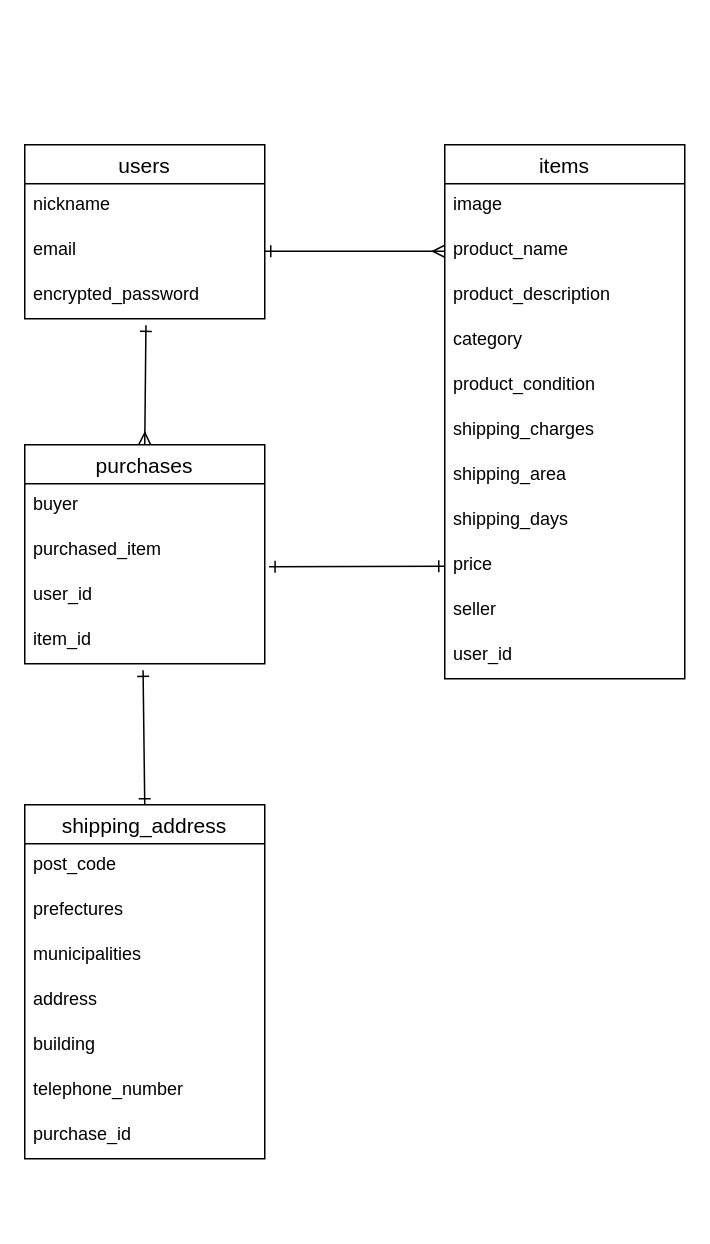
Before: ER.dio in marrrkk/furima-36967, a draw.io diagram. Source tidied: cells renumbered, new cells numbered last; positions are measured from the earlier drawing's top-left corner, leaving out a move shared by most shapes. Both pictures are drawn from the tidied source at 150%, with x=0, y=0 at pixel (24, 144).
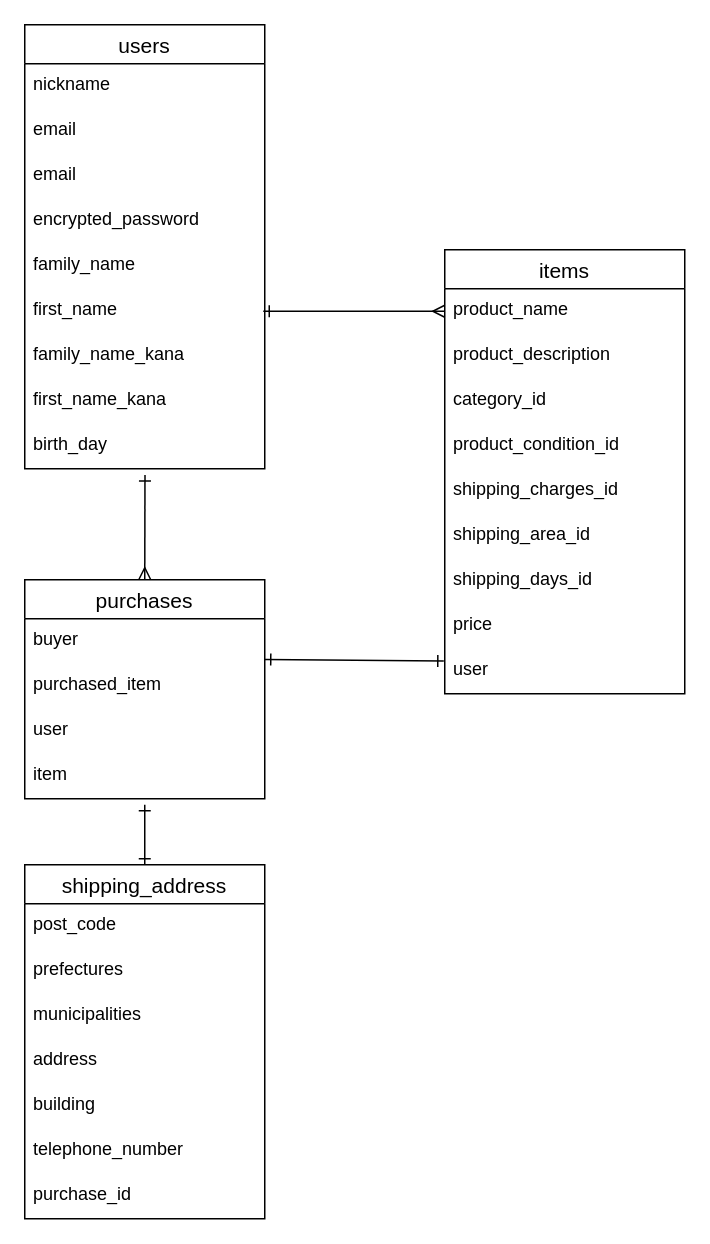
Above is the later version.

Commit message (it also covers changes not shown here):
コードレビュー後再編集

The change refers to these unchanged cells:
```xml
<mxCell id="4" value="email" style="text;strokeColor=none;fillColor=none;spacingLeft=4;spacingRight=4;overflow=hidden;points=[[0,0.5],[1,0.5]];portConstraint=eastwest;fontSize=12;" parent="2" vertex="1">
  <mxGeometry y="56" width="160" height="30" as="geometry" />
</mxCell>
<mxCell id="21" value="purchased_item" style="text;strokeColor=none;fillColor=none;spacingLeft=4;spacingRight=4;overflow=hidden;points=[[0,0.5],[1,0.5]];portConstraint=eastwest;fontSize=12;" parent="19" vertex="1">
  <mxGeometry y="56" width="160" height="30" as="geometry" />
</mxCell>
```

What changed in the source:
```diff
@@
     <mxCell id="2" value="users" style="swimlane;fontStyle=0;horizontal=1;startSize=26;align=center;fontSize=14;" parent="1" vertex="1">
-      <mxGeometry width="160" height="116" as="geometry" />
+      <mxGeometry y="-80" width="160" height="296" as="geometry" />
     </mxCell>
@@
+    <mxCell id="35" value="email" style="text;strokeColor=none;fillColor=none;spacingLeft=4;spacingRight=4;overflow=hidden;fontSize=12;" parent="2" vertex="1">
+      <mxGeometry y="86" width="160" height="30" as="geometry" />
+    </mxCell>
     <mxCell id="5" value="encrypted_password" style="text;strokeColor=none;fillColor=none;spacingLeft=4;spacingRight=4;overflow=hidden;points=[[0,0.5],[1,0.5]];portConstraint=eastwest;fontSize=12;" parent="2" vertex="1">
-      <mxGeometry y="86" width="160" height="30" as="geometry" />
+      <mxGeometry y="116" width="160" height="30" as="geometry" />
     </mxCell>
+    <mxCell id="36" value="family_name" style="text;strokeColor=none;fillColor=none;spacingLeft=4;spacingRight=4;overflow=hidden;fontSize=12;" parent="2" vertex="1">
+      <mxGeometry y="146" width="160" height="30" as="geometry" />
+    </mxCell>
+    <mxCell id="37" value="first_name" style="text;strokeColor=none;fillColor=none;spacingLeft=4;spacingRight=4;overflow=hidden;points=[[0,0.5],[1,0.5]];portConstraint=eastwest;fontSize=12;" parent="2" vertex="1">
+      <mxGeometry y="176" width="160" height="30" as="geometry" />
+    </mxCell>
+    <mxCell id="38" value="family_name_kana" style="text;strokeColor=none;fillColor=none;spacingLeft=4;spacingRight=4;overflow=hidden;fontSize=12;" parent="2" vertex="1">
+      <mxGeometry y="206" width="160" height="30" as="geometry" />
+    </mxCell>
+    <mxCell id="39" value="first_name_kana" style="text;strokeColor=none;fillColor=none;spacingLeft=4;spacingRight=4;overflow=hidden;fontSize=12;" parent="2" vertex="1">
+      <mxGeometry y="236" width="160" height="30" as="geometry" />
+    </mxCell>
+    <mxCell id="40" value="birth_day" style="text;strokeColor=none;fillColor=none;spacingLeft=4;spacingRight=4;overflow=hidden;points=[[0,0.5],[1,0.5]];portConstraint=eastwest;fontSize=12;" parent="2" vertex="1">
+      <mxGeometry y="266" width="160" height="30" as="geometry" />
+    </mxCell>
     <mxCell id="6" value="items" style="swimlane;fontStyle=0;horizontal=1;startSize=26;align=center;fontSize=14;" parent="1" vertex="1">
-      <mxGeometry x="280" width="160" height="356" as="geometry" />
+      <mxGeometry x="280" y="70" width="160" height="296" as="geometry" />
     </mxCell>
-    <mxCell id="7" value="image" style="text;strokeColor=none;fillColor=none;spacingLeft=4;spacingRight=4;overflow=hidden;fontSize=12;" parent="6" vertex="1">
-      <mxGeometry y="26" width="160" height="30" as="geometry" />
-    </mxCell>
     <mxCell id="8" value="product_name" style="text;strokeColor=none;fillColor=none;spacingLeft=4;spacingRight=4;overflow=hidden;points=[[0,0.5],[1,0.5]];portConstraint=eastwest;fontSize=12;" parent="6" vertex="1">
-      <mxGeometry y="56" width="160" height="30" as="geometry" />
+      <mxGeometry y="26" width="160" height="30" as="geometry" />
     </mxCell>
     <mxCell id="9" value="product_description" style="text;strokeColor=none;fillColor=none;spacingLeft=4;spacingRight=4;overflow=hidden;fontSize=12;" parent="6" vertex="1">
-      <mxGeometry y="86" width="160" height="30" as="geometry" />
+      <mxGeometry y="56" width="160" height="30" as="geometry" />
     </mxCell>
-    <mxCell id="10" value="category" style="text;strokeColor=none;fillColor=none;spacingLeft=4;spacingRight=4;overflow=hidden;fontSize=12;" parent="6" vertex="1">
-      <mxGeometry y="116" width="160" height="30" as="geometry" />
+    <mxCell id="10" value="category_id" style="text;strokeColor=none;fillColor=none;spacingLeft=4;spacingRight=4;overflow=hidden;fontSize=12;" parent="6" vertex="1">
+      <mxGeometry y="86" width="160" height="30" as="geometry" />
     </mxCell>
-    <mxCell id="11" value="product_condition" style="text;strokeColor=none;fillColor=none;spacingLeft=4;spacingRight=4;overflow=hidden;fontSize=12;" parent="6" vertex="1">
-      <mxGeometry y="146" width="160" height="30" as="geometry" />
+    <mxCell id="11" value="product_condition_id" style="text;strokeColor=none;fillColor=none;spacingLeft=4;spacingRight=4;overflow=hidden;fontSize=12;" parent="6" vertex="1">
+      <mxGeometry y="116" width="160" height="30" as="geometry" />
     </mxCell>
-    <mxCell id="12" value="shipping_charges" style="text;strokeColor=none;fillColor=none;spacingLeft=4;spacingRight=4;overflow=hidden;fontSize=12;" parent="6" vertex="1">
-      <mxGeometry y="176" width="160" height="30" as="geometry" />
+    <mxCell id="12" value="shipping_charges_id" style="text;strokeColor=none;fillColor=none;spacingLeft=4;spacingRight=4;overflow=hidden;fontSize=12;" parent="6" vertex="1">
+      <mxGeometry y="146" width="160" height="30" as="geometry" />
     </mxCell>
-    <mxCell id="13" value="shipping_area" style="text;strokeColor=none;fillColor=none;spacingLeft=4;spacingRight=4;overflow=hidden;fontSize=12;" parent="6" vertex="1">
-      <mxGeometry y="206" width="160" height="30" as="geometry" />
+    <mxCell id="13" value="shipping_area_id" style="text;strokeColor=none;fillColor=none;spacingLeft=4;spacingRight=4;overflow=hidden;fontSize=12;" parent="6" vertex="1">
+      <mxGeometry y="176" width="160" height="30" as="geometry" />
     </mxCell>
-    <mxCell id="14" value="shipping_days" style="text;strokeColor=none;fillColor=none;spacingLeft=4;spacingRight=4;overflow=hidden;fontSize=12;" parent="6" vertex="1">
-      <mxGeometry y="236" width="160" height="30" as="geometry" />
+    <mxCell id="14" value="shipping_days_id" style="text;strokeColor=none;fillColor=none;spacingLeft=4;spacingRight=4;overflow=hidden;fontSize=12;" parent="6" vertex="1">
+      <mxGeometry y="206" width="160" height="30" as="geometry" />
     </mxCell>
     <mxCell id="15" value="price" style="text;strokeColor=none;fillColor=none;spacingLeft=4;spacingRight=4;overflow=hidden;points=[[0,0.5],[1,0.5]];portConstraint=eastwest;fontSize=12;" parent="6" vertex="1">
-      <mxGeometry y="266" width="160" height="30" as="geometry" />
+      <mxGeometry y="236" width="160" height="30" as="geometry" />
     </mxCell>
-    <mxCell id="16" value="seller" style="text;strokeColor=none;fillColor=none;spacingLeft=4;spacingRight=4;overflow=hidden;fontSize=12;" parent="6" vertex="1">
-      <mxGeometry y="296" width="160" height="30" as="geometry" />
-    </mxCell>
-    <mxCell id="17" value="user_id" style="text;strokeColor=none;fillColor=none;spacingLeft=4;spacingRight=4;overflow=hidden;points=[[0,0.5],[1,0.5]];portConstraint=eastwest;fontSize=12;" parent="6" vertex="1">
-      <mxGeometry y="326" width="160" height="30" as="geometry" />
+    <mxCell id="17" value="user" style="text;strokeColor=none;fillColor=none;spacingLeft=4;spacingRight=4;overflow=hidden;points=[[0,0.5],[1,0.5]];portConstraint=eastwest;fontSize=12;" parent="6" vertex="1">
+      <mxGeometry y="266" width="160" height="30" as="geometry" />
     </mxCell>
-    <mxCell id="18" style="edgeStyle=none;rounded=1;html=1;exitX=0.5;exitY=0;exitDx=0;exitDy=0;entryX=0.505;entryY=1.147;entryDx=0;entryDy=0;entryPerimeter=0;startArrow=ERmany;startFill=0;endArrow=ERone;endFill=0;sourcePerimeterSpacing=-1;" parent="1" edge="1" source="19" target="5">
+    <mxCell id="18" style="edgeStyle=none;rounded=1;html=1;exitX=0.5;exitY=0;exitDx=0;exitDy=0;startArrow=ERmany;startFill=0;endArrow=ERone;endFill=0;sourcePerimeterSpacing=-1;entryX=0.501;entryY=1.14;entryDx=0;entryDy=0;entryPerimeter=0;" parent="1" edge="1" source="19" target="40">
       <mxGeometry relative="1" as="geometry" />
     </mxCell>
     <mxCell id="19" value="purchases" style="swimlane;fontStyle=0;horizontal=1;startSize=26;align=center;fontSize=14;" parent="1" vertex="1">
-      <mxGeometry y="200" width="160" height="146" as="geometry" />
+      <mxGeometry y="290" width="160" height="146" as="geometry" />
     </mxCell>
@@
-    <mxCell id="22" value="user_id" style="text;strokeColor=none;fillColor=none;spacingLeft=4;spacingRight=4;overflow=hidden;fontSize=12;" parent="19" vertex="1">
+    <mxCell id="22" value="user" style="text;strokeColor=none;fillColor=none;spacingLeft=4;spacingRight=4;overflow=hidden;fontSize=12;" parent="19" vertex="1">
       <mxGeometry y="86" width="160" height="30" as="geometry" />
     </mxCell>
-    <mxCell id="23" value="item_id" style="text;strokeColor=none;fillColor=none;spacingLeft=4;spacingRight=4;overflow=hidden;points=[[0,0.5],[1,0.5]];portConstraint=eastwest;fontSize=12;" parent="19" vertex="1">
+    <mxCell id="23" value="item" style="text;strokeColor=none;fillColor=none;spacingLeft=4;spacingRight=4;overflow=hidden;points=[[0,0.5],[1,0.5]];portConstraint=eastwest;fontSize=12;" parent="19" vertex="1">
       <mxGeometry y="116" width="160" height="30" as="geometry" />
     </mxCell>
-    <mxCell id="24" style="edgeStyle=none;rounded=1;html=1;exitX=0.5;exitY=0;exitDx=0;exitDy=0;entryX=0.493;entryY=1.147;entryDx=0;entryDy=0;entryPerimeter=0;startArrow=ERone;startFill=0;endArrow=ERone;endFill=0;sourcePerimeterSpacing=-1;" parent="1" edge="1" source="25" target="23">
-      <mxGeometry relative="1" as="geometry" />
+    <mxCell id="24" style="edgeStyle=none;rounded=1;html=1;exitX=0.5;exitY=0;exitDx=0;exitDy=0;startArrow=ERone;startFill=0;endArrow=ERone;endFill=0;sourcePerimeterSpacing=-1;" parent="1" edge="1" source="25">
+      <mxGeometry relative="1" as="geometry">
+        <mxPoint x="80" y="440" as="targetPoint" />
+      </mxGeometry>
     </mxCell>
     <mxCell id="25" value="shipping_address" style="swimlane;fontStyle=0;horizontal=1;startSize=26;align=center;fontSize=14;" parent="1" vertex="1">
-      <mxGeometry y="440" width="160" height="236" as="geometry" />
+      <mxGeometry y="480" width="160" height="236" as="geometry" />
     </mxCell>
@@
-    <mxCell id="33" style="edgeStyle=none;rounded=1;html=1;exitX=1;exitY=0.5;exitDx=0;exitDy=0;entryX=0;entryY=0.5;entryDx=0;entryDy=0;startArrow=ERone;startFill=0;endArrow=ERmany;endFill=0;sourcePerimeterSpacing=-1;" parent="1" edge="1" source="4" target="8">
+    <mxCell id="33" style="edgeStyle=none;rounded=1;html=1;entryX=0;entryY=0.5;entryDx=0;entryDy=0;startArrow=ERone;startFill=0;endArrow=ERmany;endFill=0;sourcePerimeterSpacing=-1;" parent="1" edge="1" source="37" target="8">
       <mxGeometry relative="1" as="geometry" />
     </mxCell>
-    <mxCell id="34" style="edgeStyle=none;rounded=1;html=1;exitX=0;exitY=0.5;exitDx=0;exitDy=0;entryX=1.018;entryY=0.847;entryDx=0;entryDy=0;entryPerimeter=0;startArrow=ERone;startFill=0;endArrow=ERone;endFill=0;sourcePerimeterSpacing=-1;" parent="1" edge="1" source="15" target="21">
+    <mxCell id="34" style="edgeStyle=none;rounded=1;html=1;exitX=-0.004;exitY=0.273;exitDx=0;exitDy=0;entryX=1;entryY=-0.093;entryDx=0;entryDy=0;entryPerimeter=0;startArrow=ERone;startFill=0;endArrow=ERone;endFill=0;sourcePerimeterSpacing=-1;exitPerimeter=0;" parent="1" edge="1" source="17" target="21">
       <mxGeometry relative="1" as="geometry" />
     </mxCell>
```
